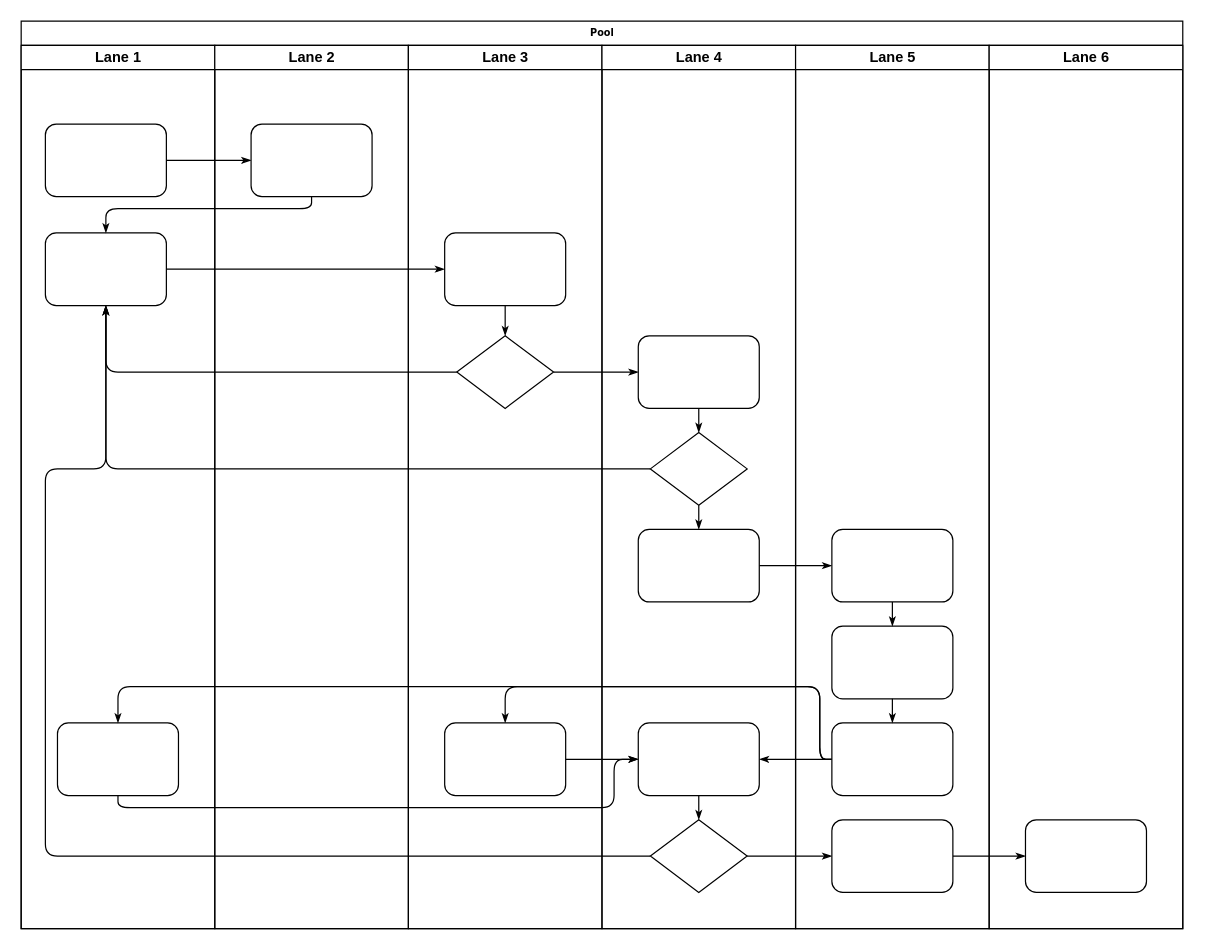
Above: draw_io_test/lora_protocol.drawio in doctor1cong/draw_flow_chart (draw.io), before the change. Source tidied: cells renumbered, new cells numbered last; positions are measured from the earlier drawing's top-left corner, leaving out a move shared by most shapes. Both pictures are drawn from the tidied source at 121%, with x=0, y=0 at pixel (21, 21).
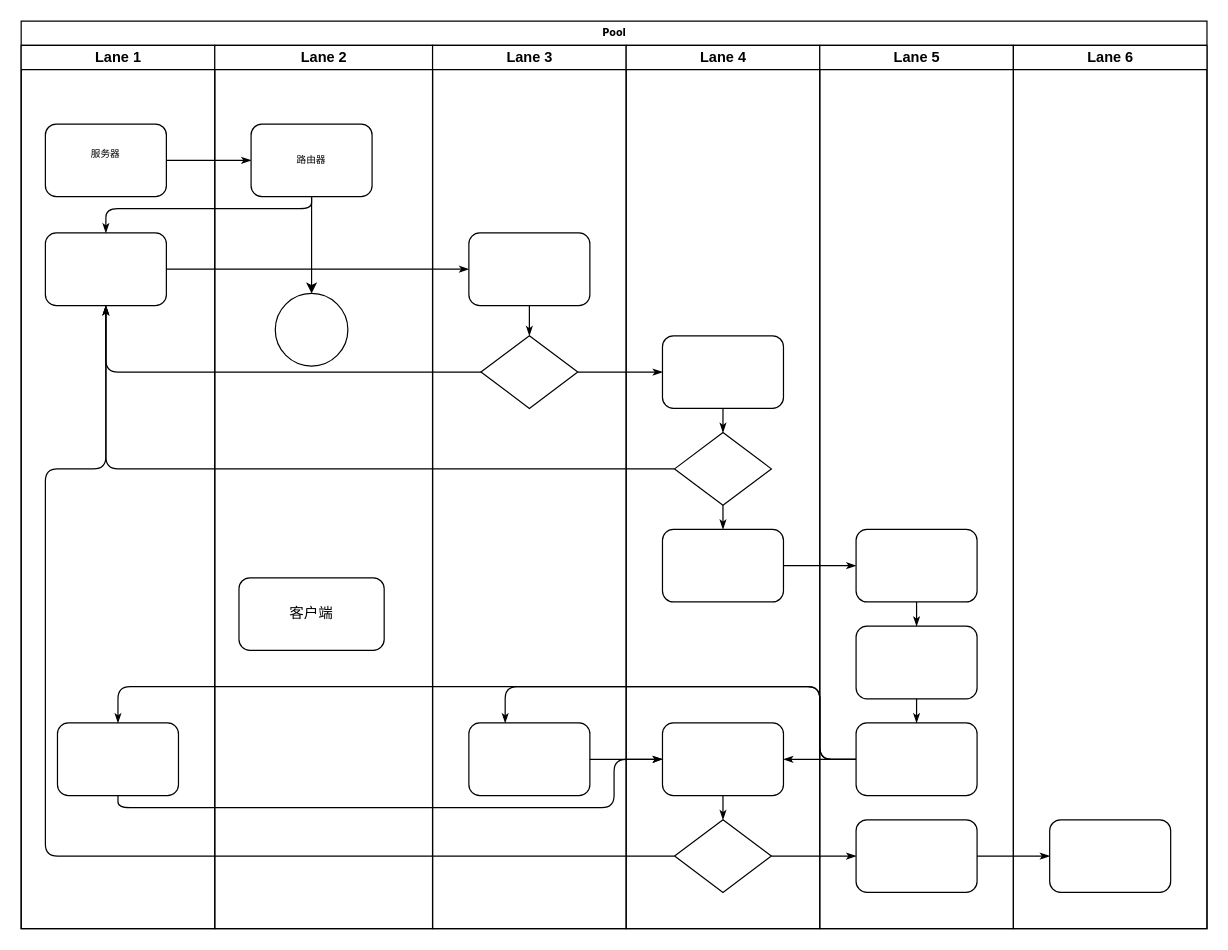
After the change.

Unchanged cells that the change refers to:
```xml
<mxCell id="3" value="Lane 1" style="swimlane;html=1;startSize=20;" parent="2" vertex="1">
  <mxGeometry y="20" width="160" height="730" as="geometry" />
</mxCell>
```

Change to the diagram source:
```diff
@@
     <mxCell id="2" value="Pool" style="swimlane;html=1;startSize=20;rounded=0;shadow=0;labelBackgroundColor=none;strokeWidth=1;fontFamily=Verdana;fontSize=8;align=center;" parent="1" vertex="1">
-      <mxGeometry width="960" height="750" as="geometry" />
+      <mxGeometry width="980" height="750" as="geometry" />
     </mxCell>
@@
-    <mxCell id="4" style="rounded=1;whiteSpace=wrap;html=1;shadow=0;labelBackgroundColor=none;strokeWidth=1;fontFamily=Verdana;fontSize=8;align=center;" parent="3" vertex="1">
+    <mxCell id="4" value="服务器&lt;div&gt;&lt;br&gt;&lt;/div&gt;" style="rounded=1;whiteSpace=wrap;html=1;shadow=0;labelBackgroundColor=none;strokeWidth=1;fontFamily=Verdana;fontSize=8;align=center;" parent="3" vertex="1">
       <mxGeometry x="20" y="65" width="100" height="60" as="geometry" />
     </mxCell>
@@
     <mxCell id="22" value="Lane 2" style="swimlane;html=1;startSize=20;" parent="2" vertex="1">
-      <mxGeometry x="160" y="20" width="160" height="730" as="geometry" />
+      <mxGeometry x="160" y="20" width="180" height="730" as="geometry" />
     </mxCell>
-    <mxCell id="23" style="rounded=1;whiteSpace=wrap;html=1;shadow=0;labelBackgroundColor=none;strokeWidth=1;fontFamily=Verdana;fontSize=8;align=center;" parent="22" vertex="1">
+    <mxCell id="23" value="路由器" style="rounded=1;whiteSpace=wrap;html=1;shadow=0;labelBackgroundColor=none;strokeWidth=1;fontFamily=Verdana;fontSize=8;align=center;" parent="22" vertex="1">
       <mxGeometry x="30" y="65" width="100" height="60" as="geometry" />
     </mxCell>
+    <mxCell id="47" style="ellipse;whiteSpace=wrap;html=1;" parent="22" vertex="1">
+      <mxGeometry x="50" y="205" width="60" height="60" as="geometry" />
+    </mxCell>
+    <mxCell id="48" style="edgeStyle=orthogonalEdgeStyle;rounded=0;jettySize=auto;html=1;" parent="22" edge="1" source="23" target="47">
+      <mxGeometry relative="1" as="geometry" />
+    </mxCell>
+    <mxCell id="49" value="客户端" style="rounded=1;whiteSpace=wrap;html=1;" parent="22" vertex="1">
+      <mxGeometry x="20" y="440" width="120" height="60" as="geometry" />
+    </mxCell>
     <mxCell id="24" value="Lane 3" style="swimlane;html=1;startSize=20;" parent="2" vertex="1">
-      <mxGeometry x="320" y="20" width="160" height="730" as="geometry" />
+      <mxGeometry x="340" y="20" width="160" height="730" as="geometry" />
     </mxCell>
@@
     <mxCell id="29" value="Lane 4" style="swimlane;html=1;startSize=20;" parent="2" vertex="1">
-      <mxGeometry x="480" y="20" width="160" height="730" as="geometry" />
+      <mxGeometry x="500" y="20" width="160" height="730" as="geometry" />
     </mxCell>
@@
     <mxCell id="38" value="Lane 5" style="swimlane;html=1;startSize=20;" parent="2" vertex="1">
-      <mxGeometry x="640" y="20" width="160" height="730" as="geometry" />
+      <mxGeometry x="660" y="20" width="160" height="730" as="geometry" />
     </mxCell>
@@
     <mxCell id="45" value="Lane 6" style="swimlane;html=1;startSize=20;" parent="2" vertex="1">
-      <mxGeometry x="800" y="20" width="160" height="730" as="geometry" />
+      <mxGeometry x="820" y="20" width="160" height="730" as="geometry" />
     </mxCell>
```
